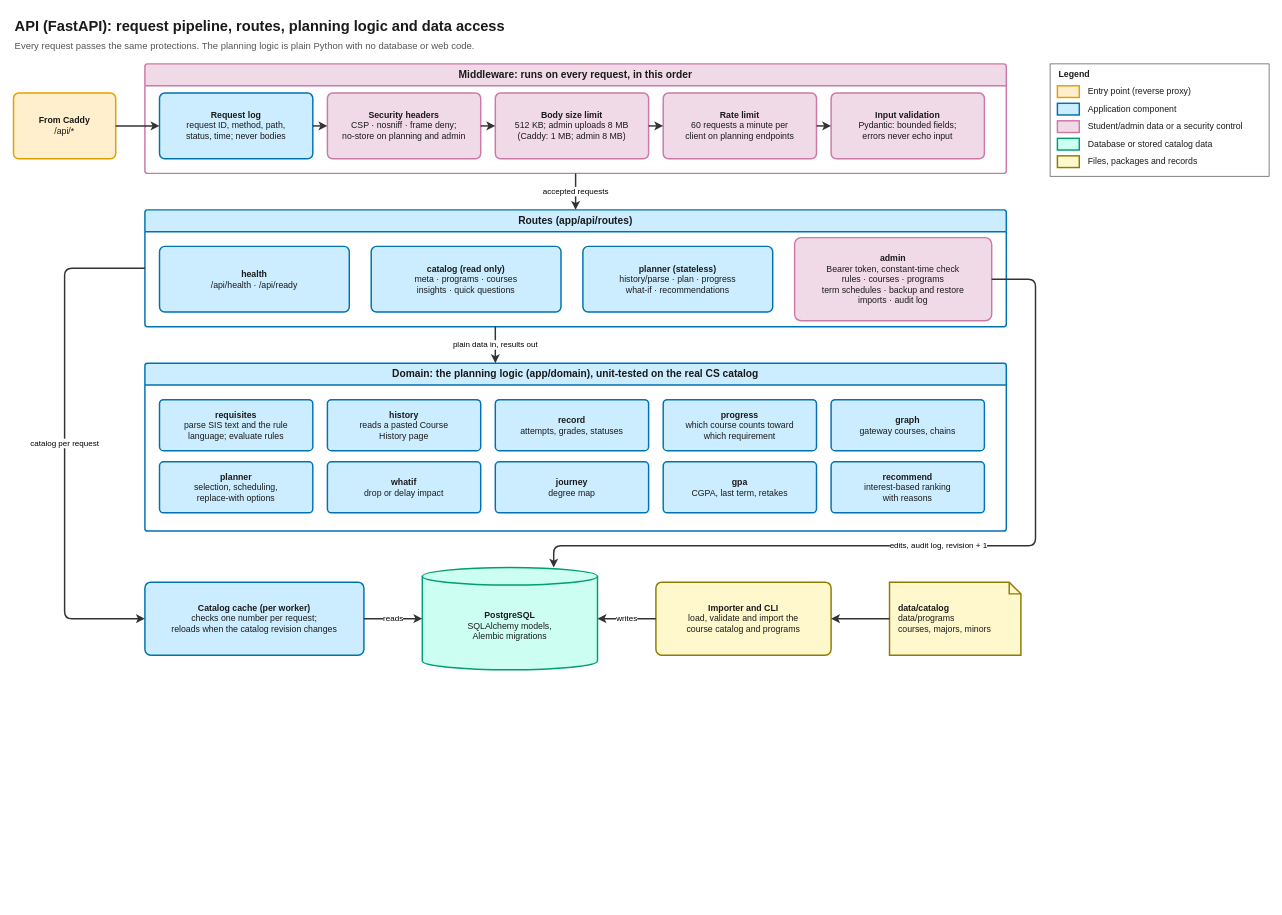
Above: docs/diagrams/03-api.drawio in zaniixx/AUIB-Academic-Advisor (draw.io), before the change. Source tidied: cells renumbered, new cells numbered last; positions are measured from the earlier drawing's top-left corner, leaving out a move shared by most shapes. Both pictures are drawn from the tidied source at 73%, with x=0, y=0 at pixel (13, 12).
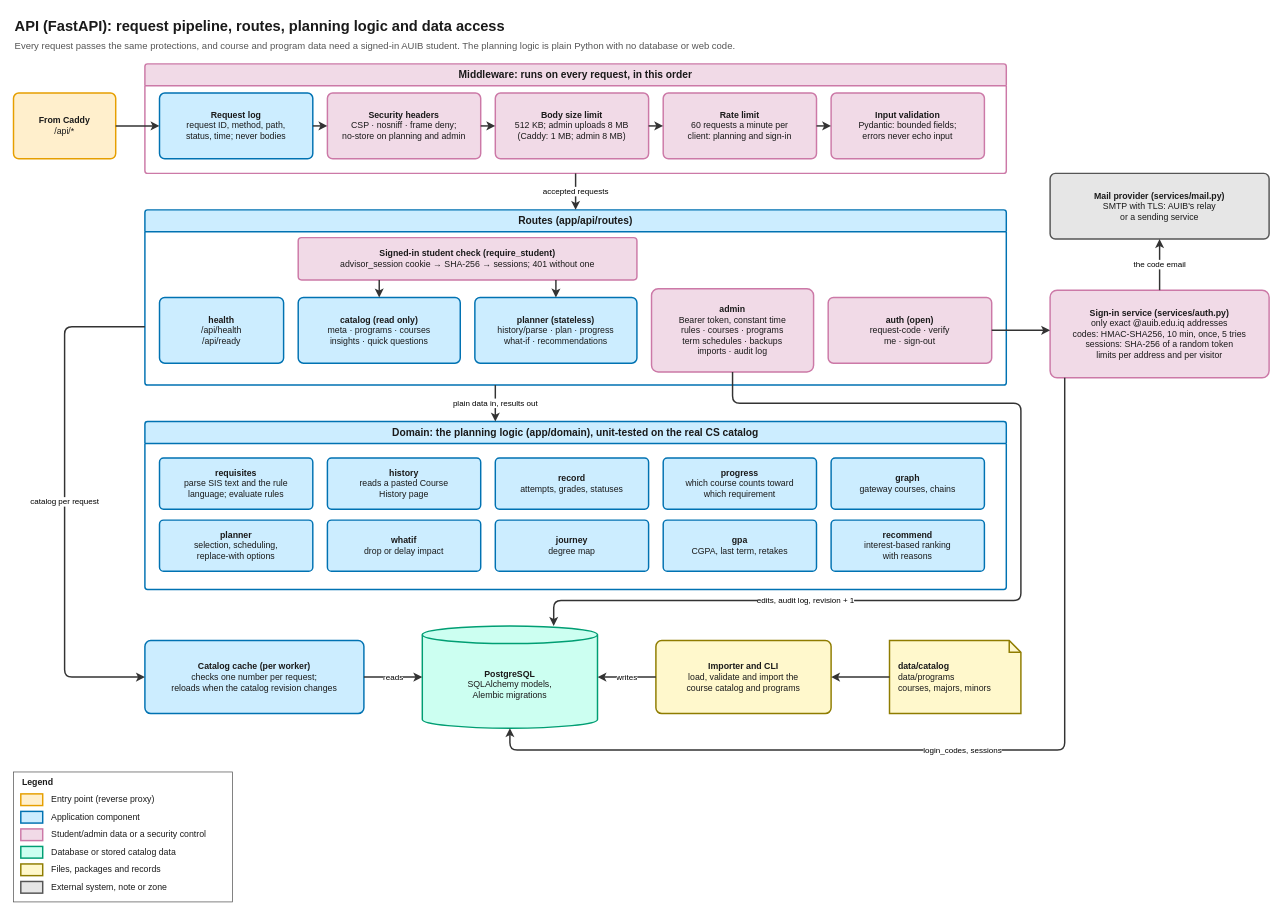
Above is the later version.

The change refers to these unchanged cells:
```xml
<mxCell id="4" value="Middleware: runs on every request, in this order" style="swimlane;startSize=30;html=1;whiteSpace=wrap;fillColor=#f1dae7;strokeColor=#cc79a7;swimlaneFillColor=#ffffff;fontColor=#1a1a1a;fontFamily=Helvetica;fontSize=14;fontStyle=1;strokeWidth=2;rounded=1;arcSize=4;" parent="1" vertex="1">
  <mxGeometry x="180" y="70" width="1180" height="150" as="geometry" />
</mxCell>
```

Change to the diagram source:
```diff
@@
-    <mxCell id="2" value="&lt;b&gt;API (FastAPI): request pipeline, routes, planning logic and data access&lt;/b&gt;&lt;br&gt;&lt;font style=&quot;font-size: 13px&quot; color=&quot;#555555&quot;&gt;Every request passes the same protections. The planning logic is plain Python with no database or web code.&lt;/font&gt;" style="text;html=1;whiteSpace=wrap;align=left;verticalAlign=top;fontColor=#1a1a1a;fontFamily=Helvetica;fontSize=12;fontSize=20;" parent="1" vertex="1">
-      <mxGeometry width="1700" height="50" as="geometry" />
+    <mxCell id="2" value="&lt;b&gt;API (FastAPI): request pipeline, routes, planning logic and data access&lt;/b&gt;&lt;br&gt;&lt;font style=&quot;font-size: 13px&quot; color=&quot;#555555&quot;&gt;Every request passes the same protections, and course and program data need a signed-in AUIB student. The planning logic is plain Python with no database or web code.&lt;/font&gt;" style="text;html=1;whiteSpace=wrap;align=left;verticalAlign=top;fontColor=#1a1a1a;fontFamily=Helvetica;fontSize=12;fontSize=20;" parent="1" vertex="1">
+      <mxGeometry width="1720" height="50" as="geometry" />
     </mxCell>
@@
-    <mxCell id="8" value="&lt;b&gt;Rate limit&lt;/b&gt;&lt;br&gt;60 requests a minute per&lt;br&gt;client on planning endpoints" style="rounded=1;arcSize=8;whiteSpace=wrap;html=1;fillColor=#f1dae7;strokeColor=#cc79a7;fontColor=#1a1a1a;fontFamily=Helvetica;fontSize=12;strokeWidth=2;verticalAlign=middle;" parent="4" vertex="1">
+    <mxCell id="8" value="&lt;b&gt;Rate limit&lt;/b&gt;&lt;br&gt;60 requests a minute per&lt;br&gt;client: planning and sign-in" style="rounded=1;arcSize=8;whiteSpace=wrap;html=1;fillColor=#f1dae7;strokeColor=#cc79a7;fontColor=#1a1a1a;fontFamily=Helvetica;fontSize=12;strokeWidth=2;verticalAlign=middle;" parent="4" vertex="1">
       <mxGeometry x="710" y="40" width="210" height="90" as="geometry" />
     </mxCell>
@@
     <mxCell id="15" value="Routes (app/api/routes)" style="swimlane;startSize=30;html=1;whiteSpace=wrap;fillColor=#ccedff;strokeColor=#0072b2;swimlaneFillColor=#ffffff;fontColor=#1a1a1a;fontFamily=Helvetica;fontSize=14;fontStyle=1;strokeWidth=2;rounded=1;arcSize=4;" parent="1" vertex="1">
-      <mxGeometry x="180" y="270" width="1180" height="160" as="geometry" />
+      <mxGeometry x="180" y="270" width="1180" height="240" as="geometry" />
     </mxCell>
+    <mxCell id="53" value="&lt;b&gt;Signed-in student check (require_student)&lt;/b&gt;&lt;br&gt;advisor_session cookie → SHA-256 → sessions; 401 without one" style="rounded=1;arcSize=8;whiteSpace=wrap;html=1;fillColor=#f1dae7;strokeColor=#cc79a7;fontColor=#1a1a1a;fontFamily=Helvetica;fontSize=12;strokeWidth=2;verticalAlign=middle;" parent="15" vertex="1">
+      <mxGeometry x="210" y="38" width="464" height="58" as="geometry" />
+    </mxCell>
-    <mxCell id="16" value="&lt;b&gt;health&lt;/b&gt;&lt;br&gt;/api/health · /api/ready" style="rounded=1;arcSize=8;whiteSpace=wrap;html=1;fillColor=#ccedff;strokeColor=#0072b2;fontColor=#1a1a1a;fontFamily=Helvetica;fontSize=12;strokeWidth=2;verticalAlign=middle;" parent="15" vertex="1">
-      <mxGeometry x="20" y="50" width="260" height="90" as="geometry" />
+    <mxCell id="16" value="&lt;b&gt;health&lt;/b&gt;&lt;br&gt;/api/health&lt;br&gt;/api/ready" style="rounded=1;arcSize=8;whiteSpace=wrap;html=1;fillColor=#ccedff;strokeColor=#0072b2;fontColor=#1a1a1a;fontFamily=Helvetica;fontSize=12;strokeWidth=2;verticalAlign=middle;" parent="15" vertex="1">
+      <mxGeometry x="20" y="120" width="170" height="90" as="geometry" />
     </mxCell>
     <mxCell id="17" value="&lt;b&gt;catalog (read only)&lt;/b&gt;&lt;br&gt;meta · programs · courses&lt;br&gt;insights · quick questions" style="rounded=1;arcSize=8;whiteSpace=wrap;html=1;fillColor=#ccedff;strokeColor=#0072b2;fontColor=#1a1a1a;fontFamily=Helvetica;fontSize=12;strokeWidth=2;verticalAlign=middle;" parent="15" vertex="1">
-      <mxGeometry x="310" y="50" width="260" height="90" as="geometry" />
+      <mxGeometry x="210" y="120" width="222" height="90" as="geometry" />
     </mxCell>
     <mxCell id="18" value="&lt;b&gt;planner (stateless)&lt;/b&gt;&lt;br&gt;history/parse · plan · progress&lt;br&gt;what-if · recommendations" style="rounded=1;arcSize=8;whiteSpace=wrap;html=1;fillColor=#ccedff;strokeColor=#0072b2;fontColor=#1a1a1a;fontFamily=Helvetica;fontSize=12;strokeWidth=2;verticalAlign=middle;" parent="15" vertex="1">
-      <mxGeometry x="600" y="50" width="260" height="90" as="geometry" />
+      <mxGeometry x="452" y="120" width="222" height="90" as="geometry" />
     </mxCell>
-    <mxCell id="19" value="&lt;b&gt;admin&lt;/b&gt;&lt;br&gt;Bearer token, constant-time check&lt;br&gt;rules · courses · programs&lt;br&gt;term schedules · backup and restore&lt;br&gt;imports · audit log" style="rounded=1;arcSize=8;whiteSpace=wrap;html=1;fillColor=#f1dae7;strokeColor=#cc79a7;fontColor=#1a1a1a;fontFamily=Helvetica;fontSize=12;strokeWidth=2;verticalAlign=middle;" parent="15" vertex="1">
-      <mxGeometry x="890" y="38" width="270" height="114" as="geometry" />
+    <mxCell id="19" value="&lt;b&gt;admin&lt;/b&gt;&lt;br&gt;Bearer token, constant time&lt;br&gt;rules · courses · programs&lt;br&gt;term schedules · backups&lt;br&gt;imports · audit log" style="rounded=1;arcSize=8;whiteSpace=wrap;html=1;fillColor=#f1dae7;strokeColor=#cc79a7;fontColor=#1a1a1a;fontFamily=Helvetica;fontSize=12;strokeWidth=2;verticalAlign=middle;" parent="15" vertex="1">
+      <mxGeometry x="694" y="108" width="222" height="114" as="geometry" />
     </mxCell>
+    <mxCell id="54" value="&lt;b&gt;auth (open)&lt;/b&gt;&lt;br&gt;request-code · verify&lt;br&gt;me · sign-out" style="rounded=1;arcSize=8;whiteSpace=wrap;html=1;fillColor=#f1dae7;strokeColor=#cc79a7;fontColor=#1a1a1a;fontFamily=Helvetica;fontSize=12;strokeWidth=2;verticalAlign=middle;" parent="15" vertex="1">
+      <mxGeometry x="936" y="120" width="224" height="90" as="geometry" />
+    </mxCell>
+    <mxCell id="55" style="edgeStyle=orthogonalEdgeStyle;rounded=1;jettySize=auto;html=1;endArrow=classic;endFill=1;strokeWidth=2;strokeColor=#333333;fontFamily=Helvetica;fontSize=11;labelBackgroundColor=#ffffff;exitX=0.2392;exitY=1;exitDx=0;exitDy=0;entryX=0.5;entryY=0;entryDx=0;entryDy=0;" parent="1" edge="1" source="53" target="17">
+      <mxGeometry relative="1" as="geometry" />
+    </mxCell>
+    <mxCell id="56" style="edgeStyle=orthogonalEdgeStyle;rounded=1;jettySize=auto;html=1;endArrow=classic;endFill=1;strokeWidth=2;strokeColor=#333333;fontFamily=Helvetica;fontSize=11;labelBackgroundColor=#ffffff;exitX=0.7608;exitY=1;exitDx=0;exitDy=0;entryX=0.5;entryY=0;entryDx=0;entryDy=0;" parent="1" edge="1" source="53" target="18">
+      <mxGeometry relative="1" as="geometry" />
+    </mxCell>
@@
     <mxCell id="21" value="Domain: the planning logic (app/domain), unit-tested on the real CS catalog" style="swimlane;startSize=30;html=1;whiteSpace=wrap;fillColor=#ccedff;strokeColor=#0072b2;swimlaneFillColor=#ffffff;fontColor=#1a1a1a;fontFamily=Helvetica;fontSize=14;fontStyle=1;strokeWidth=2;rounded=1;arcSize=4;" parent="1" vertex="1">
-      <mxGeometry x="180" y="480" width="1180" height="230" as="geometry" />
+      <mxGeometry x="180" y="560" width="1180" height="230" as="geometry" />
     </mxCell>
@@
     <mxCell id="33" value="&lt;b&gt;Catalog cache (per worker)&lt;/b&gt;&lt;br&gt;checks one number per request;&lt;br&gt;reloads when the catalog revision changes" style="rounded=1;arcSize=8;whiteSpace=wrap;html=1;fillColor=#ccedff;strokeColor=#0072b2;fontColor=#1a1a1a;fontFamily=Helvetica;fontSize=12;strokeWidth=2;verticalAlign=middle;" parent="1" vertex="1">
-      <mxGeometry x="180" y="780" width="300" height="100" as="geometry" />
+      <mxGeometry x="180" y="860" width="300" height="100" as="geometry" />
     </mxCell>
     <mxCell id="34" value="&lt;b&gt;PostgreSQL&lt;/b&gt;&lt;br&gt;SQLAlchemy models,&lt;br&gt;Alembic migrations" style="shape=cylinder3;size=12;boundedLbl=1;whiteSpace=wrap;html=1;fillColor=#ccfff1;strokeColor=#009e73;fontColor=#1a1a1a;fontFamily=Helvetica;fontSize=12;strokeWidth=2;verticalAlign=middle;" parent="1" vertex="1">
-      <mxGeometry x="560" y="760" width="240" height="140" as="geometry" />
+      <mxGeometry x="560" y="840" width="240" height="140" as="geometry" />
     </mxCell>
     <mxCell id="35" value="&lt;b&gt;Importer and CLI&lt;/b&gt;&lt;br&gt;load, validate and import the&lt;br&gt;course catalog and programs" style="rounded=1;arcSize=8;whiteSpace=wrap;html=1;fillColor=#fff8cc;strokeColor=#8f7c00;fontColor=#1a1a1a;fontFamily=Helvetica;fontSize=12;strokeWidth=2;verticalAlign=middle;" parent="1" vertex="1">
-      <mxGeometry x="880" y="780" width="240" height="100" as="geometry" />
+      <mxGeometry x="880" y="860" width="240" height="100" as="geometry" />
     </mxCell>
     <mxCell id="36" value="&lt;b&gt;data/catalog&lt;/b&gt;&lt;br&gt;data/programs&lt;br&gt;courses, majors, minors" style="shape=note;size=16;whiteSpace=wrap;html=1;fillColor=#fff8cc;strokeColor=#8f7c00;fontColor=#1a1a1a;fontFamily=Helvetica;fontSize=12;strokeWidth=2;verticalAlign=middle;align=left;spacingLeft=10;spacingRight=10;" parent="1" vertex="1">
-      <mxGeometry x="1200" y="780" width="180" height="100" as="geometry" />
+      <mxGeometry x="1200" y="860" width="180" height="100" as="geometry" />
     </mxCell>
-    <mxCell id="37" value="catalog per request" style="edgeStyle=orthogonalEdgeStyle;rounded=1;jettySize=auto;html=1;endArrow=classic;endFill=1;strokeWidth=2;strokeColor=#333333;fontFamily=Helvetica;fontSize=11;labelBackgroundColor=#ffffff;exitX=0;exitY=0.5;exitDx=0;exitDy=0;entryX=0;entryY=0.5;entryDx=0;entryDy=0;" parent="1" edge="1" source="15" target="33">
+    <mxCell id="37" value="catalog per request" style="edgeStyle=orthogonalEdgeStyle;rounded=1;jettySize=auto;html=1;endArrow=classic;endFill=1;strokeWidth=2;strokeColor=#333333;fontFamily=Helvetica;fontSize=11;labelBackgroundColor=#ffffff;exitX=0;exitY=0.6667;exitDx=0;exitDy=0;entryX=0;entryY=0.5;entryDx=0;entryDy=0;" parent="1" edge="1" source="15" target="33">
       <mxGeometry relative="1" as="geometry">
         <Array as="points">
-          <mxPoint x="70" y="350" />
-          <mxPoint x="70" y="830" />
+          <mxPoint x="70" y="430" />
+          <mxPoint x="70" y="910" />
         </Array>
       </mxGeometry>
     </mxCell>
@@
-    <mxCell id="41" value="edits, audit log, revision + 1" style="edgeStyle=orthogonalEdgeStyle;rounded=1;jettySize=auto;html=1;endArrow=classic;endFill=1;strokeWidth=2;strokeColor=#333333;fontFamily=Helvetica;fontSize=11;labelBackgroundColor=#ffffff;exitX=1;exitY=0.5;exitDx=0;exitDy=0;entryX=0.75;entryY=0;entryDx=0;entryDy=0;" parent="1" edge="1" source="19" target="34">
-      <mxGeometry relative="1" as="geometry">
+    <mxCell id="41" value="edits, audit log, revision + 1" style="edgeStyle=orthogonalEdgeStyle;rounded=1;jettySize=auto;html=1;endArrow=classic;endFill=1;strokeWidth=2;strokeColor=#333333;fontFamily=Helvetica;fontSize=11;labelBackgroundColor=#ffffff;exitX=0.5;exitY=1;exitDx=0;exitDy=0;entryX=0.75;entryY=0;entryDx=0;entryDy=0;" parent="1" edge="1" source="19" target="34">
+      <mxGeometry x="0.45" relative="1" as="geometry">
         <Array as="points">
-          <mxPoint x="1400" y="365" />
-          <mxPoint x="1400" y="730" />
-          <mxPoint x="740" y="730" />
+          <mxPoint x="985" y="535" />
+          <mxPoint x="1380" y="535" />
+          <mxPoint x="1380" y="805" />
+          <mxPoint x="740" y="805" />
         </Array>
       </mxGeometry>
     </mxCell>
+    <mxCell id="57" value="&lt;b&gt;Sign-in service (services/auth.py)&lt;/b&gt;&lt;br&gt;only exact @auib.edu.iq addresses&lt;br&gt;codes: HMAC-SHA256, 10 min, once, 5 tries&lt;br&gt;sessions: SHA-256 of a random token&lt;br&gt;limits per address and per visitor" style="rounded=1;arcSize=8;whiteSpace=wrap;html=1;fillColor=#f1dae7;strokeColor=#cc79a7;fontColor=#1a1a1a;fontFamily=Helvetica;fontSize=12;strokeWidth=2;verticalAlign=middle;" parent="1" vertex="1">
+      <mxGeometry x="1420" y="380" width="300" height="120" as="geometry" />
+    </mxCell>
+    <mxCell id="58" value="&lt;b&gt;Mail provider (services/mail.py)&lt;/b&gt;&lt;br&gt;SMTP with TLS: AUIB's relay&lt;br&gt;or a sending service" style="rounded=1;arcSize=8;whiteSpace=wrap;html=1;fillColor=#e6e6e6;strokeColor=#555555;fontColor=#1a1a1a;fontFamily=Helvetica;fontSize=12;strokeWidth=2;verticalAlign=middle;" parent="1" vertex="1">
+      <mxGeometry x="1420" y="220" width="300" height="90" as="geometry" />
+    </mxCell>
+    <mxCell id="59" style="edgeStyle=orthogonalEdgeStyle;rounded=1;jettySize=auto;html=1;endArrow=classic;endFill=1;strokeWidth=2;strokeColor=#333333;fontFamily=Helvetica;fontSize=11;labelBackgroundColor=#ffffff;exitX=1;exitY=0.5;exitDx=0;exitDy=0;entryX=0;entryY=0.4583;entryDx=0;entryDy=0;" parent="1" edge="1" source="54" target="57">
+      <mxGeometry relative="1" as="geometry" />
+    </mxCell>
+    <mxCell id="60" value="the code email" style="edgeStyle=orthogonalEdgeStyle;rounded=1;jettySize=auto;html=1;endArrow=classic;endFill=1;strokeWidth=2;strokeColor=#333333;fontFamily=Helvetica;fontSize=11;labelBackgroundColor=#ffffff;exitX=0.5;exitY=0;exitDx=0;exitDy=0;entryX=0.5;entryY=1;entryDx=0;entryDy=0;" parent="1" edge="1" source="57" target="58">
+      <mxGeometry relative="1" as="geometry" />
+    </mxCell>
+    <mxCell id="61" value="login_codes, sessions" style="edgeStyle=orthogonalEdgeStyle;rounded=1;jettySize=auto;html=1;endArrow=classic;endFill=1;strokeWidth=2;strokeColor=#333333;fontFamily=Helvetica;fontSize=11;labelBackgroundColor=#ffffff;exitX=0.0667;exitY=1;exitDx=0;exitDy=0;entryX=0.5;entryY=1;entryDx=0;entryDy=0;" parent="1" edge="1" source="57" target="34">
+      <mxGeometry relative="1" as="geometry">
+        <Array as="points">
+          <mxPoint x="1440" y="1010" />
+          <mxPoint x="680" y="1010" />
+        </Array>
+      </mxGeometry>
+    </mxCell>
     <mxCell id="42" value="Legend" style="rounded=0;whiteSpace=wrap;html=1;fillColor=#ffffff;strokeColor=#555555;verticalAlign=top;fontStyle=1;fontFamily=Helvetica;fontSize=12;align=left;spacingLeft=10;fontColor=#1a1a1a;" parent="1" vertex="1">
-      <mxGeometry x="1420" y="70" width="300" height="154" as="geometry" />
+      <mxGeometry y="1040" width="300" height="178" as="geometry" />
     </mxCell>
@@
+    <mxCell id="62" style="rounded=0;html=1;fillColor=#e6e6e6;strokeColor=#555555;strokeWidth=2;" parent="42" vertex="1">
+      <mxGeometry x="10" y="150" width="30" height="16" as="geometry" />
+    </mxCell>
+    <mxCell id="63" value="External system, note or zone" style="text;html=1;align=left;verticalAlign=middle;fontColor=#1a1a1a;fontFamily=Helvetica;fontSize=12;" parent="42" vertex="1">
+      <mxGeometry x="50" y="148" width="240" height="20" as="geometry" />
+    </mxCell>
```
